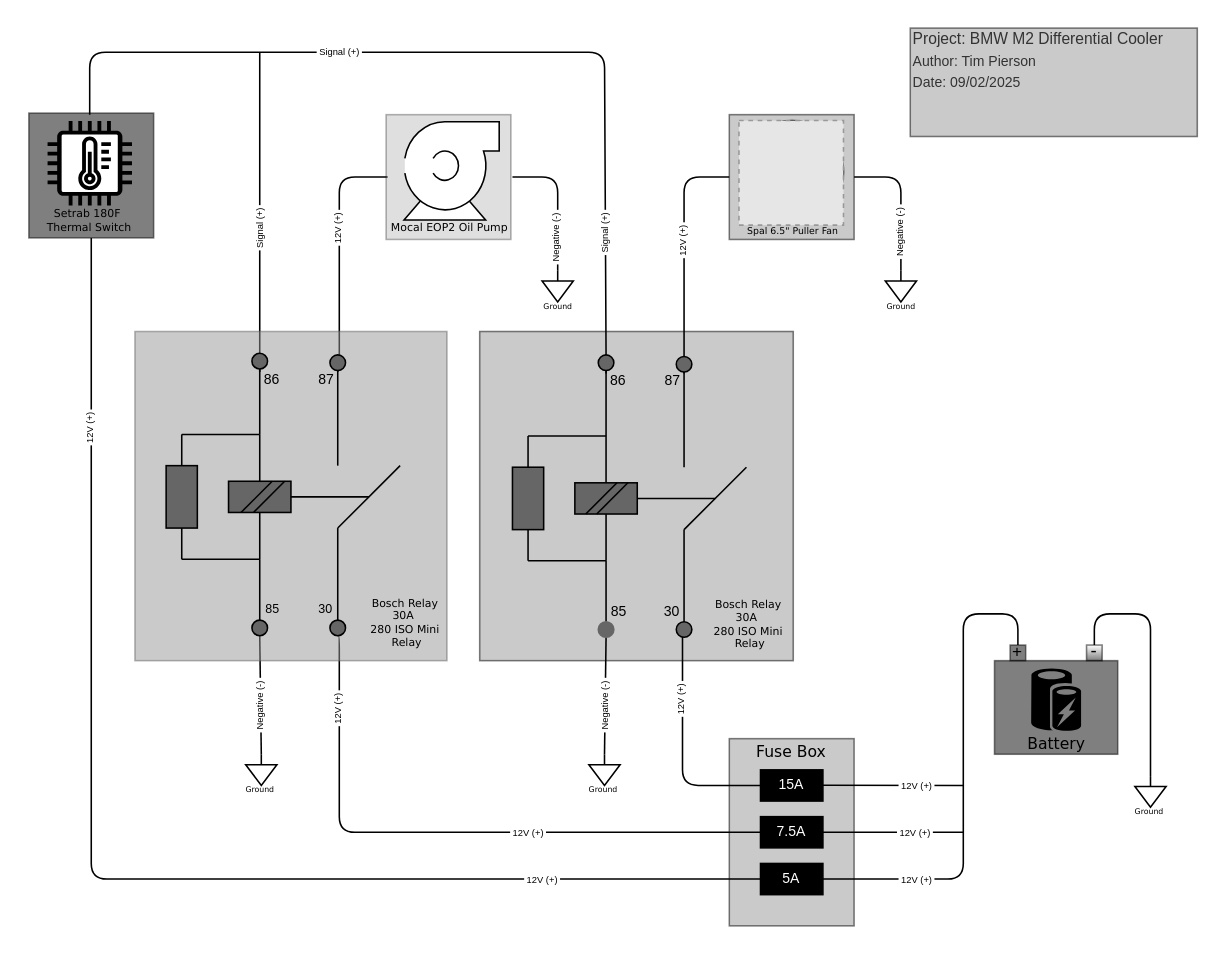
Above: Diff_cooler_wiring_diagram.drawio in tpierso/BMW-M2-F87-Differential-Cooler-Project (draw.io), before the change. Source tidied: cells renumbered, new cells numbered last; positions are measured from the earlier drawing's top-left corner, leaving out a move shared by most shapes. Both pictures are drawn from the tidied source at 156%, with x=0, y=0 at pixel (27, 27). Pictures stored in the file or linked from it are replaced by grey dashed boxes.
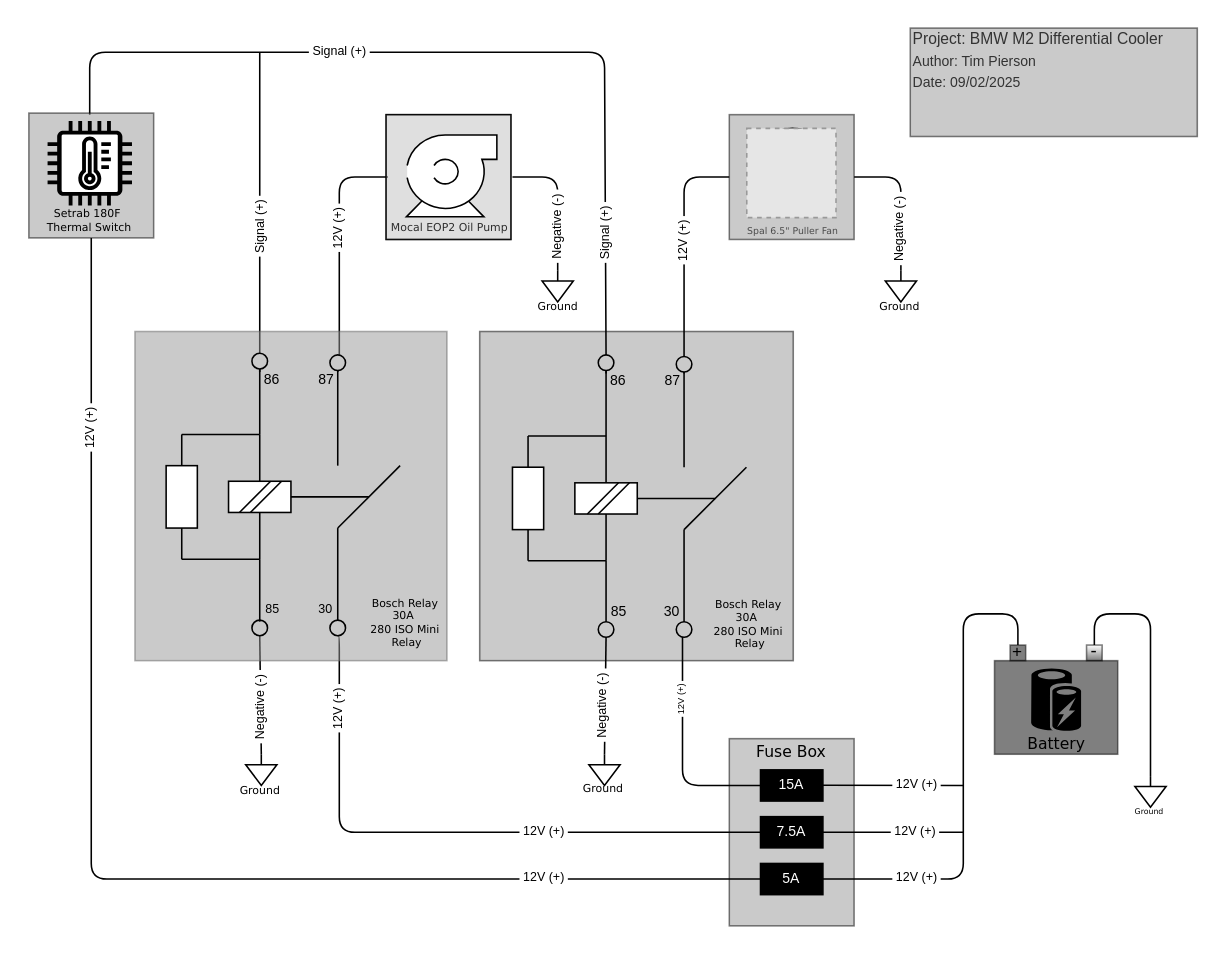
Above is the later version.

Unchanged cells that the change refers to:
```xml
<mxCell id="7" value="7.5A" style="rounded=0;whiteSpace=wrap;html=1;fontSize=9;fillStyle=solid;fillColor=light-dark(#000000,#000000);fontColor=light-dark(#FFFFFF,#FFFFFF);" parent="4" vertex="1">
  <mxGeometry x="20" y="50" width="40" height="20" as="geometry" />
</mxCell>
<mxCell id="14" style="edgeStyle=orthogonalEdgeStyle;rounded=1;jettySize=auto;html=1;endArrow=none;endFill=0;entryX=0.5;entryY=1;entryDx=0;entryDy=0;curved=0;" parent="1" edge="1" source="8" target="53">
  <mxGeometry relative="1" as="geometry" />
</mxCell>
<mxCell id="23" style="edgeStyle=orthogonalEdgeStyle;rounded=1;jettySize=auto;html=1;entryX=0.5;entryY=0;entryDx=0;entryDy=0;endArrow=none;endFill=0;jumpStyle=arc;curved=0;" parent="1" edge="1" source="25" target="117">
  <mxGeometry relative="1" as="geometry" />
</mxCell>
<mxCell id="29" style="endArrow=none;html=1;rounded=1;curved=0;entryX=0.5;entryY=0;entryDx=0;entryDy=0;" parent="1" edge="1" target="115">
  <mxGeometry relative="1" as="geometry">
    <mxPoint x="40" y="56" as="sourcePoint" />
    <Array as="points">
      <mxPoint x="40" y="16" />
      <mxPoint x="370" y="16" />
    </Array>
  </mxGeometry>
</mxCell>
<mxCell id="52" style="group;fillStyle=solid;" parent="1" vertex="1">
  <mxGeometry y="55" width="81" height="80" as="geometry" />
</mxCell>
<mxCell id="57" style="group;" parent="1" vertex="1">
  <mxGeometry x="69" y="195" width="200" height="211" as="geometry" />
</mxCell>
```

The edit, as a diff of the source:
```diff
@@
-    <mxCell id="12" style="edgeStyle=orthogonalEdgeStyle;rounded=1;jettySize=auto;html=1;entryX=0;entryY=0.5;entryDx=0;entryDy=0;endArrow=none;endFill=0;curved=0;exitX=0.5;exitY=1;exitDx=0;exitDy=0;" parent="1" edge="1" source="79" target="7">
+    <mxCell id="12" style="edgeStyle=orthogonalEdgeStyle;rounded=1;jettySize=auto;html=1;entryX=0;entryY=0.5;entryDx=0;entryDy=0;endArrow=none;endFill=0;curved=0;exitX=0.5;exitY=1;exitDx=0;exitDy=0;fontSize=8;" parent="1" edge="1" source="79" target="7">
       <mxGeometry relative="1" as="geometry">
         <Array as="points">
           <mxPoint x="200" y="390" />
           <mxPoint x="200" y="516" />
         </Array>
       </mxGeometry>
     </mxCell>
@@
-    <mxCell id="15" value="&lt;font style=&quot;font-size: 6px;&quot;&gt;&amp;nbsp;12V (+)&amp;nbsp;&lt;/font&gt;" style="edgeLabel;html=1;align=center;verticalAlign=middle;" parent="14" vertex="1">
+    <mxCell id="15" value="&lt;font&gt;&amp;nbsp;12V (+)&amp;nbsp;&lt;/font&gt;" style="edgeLabel;html=1;align=center;verticalAlign=middle;fontSize=8;" parent="14" vertex="1">
       <mxGeometry x="-0.47" y="-1" relative="1" as="geometry">
-        <mxPoint x="82" y="-1" as="offset" />
+        <mxPoint x="83" y="-1" as="offset" />
       </mxGeometry>
     </mxCell>
@@
-    <mxCell id="24" value="&lt;div&gt;&amp;nbsp;12V (+)&amp;nbsp;&lt;/div&gt;" style="edgeLabel;html=1;align=center;verticalAlign=middle;fontSize=6;horizontal=0;spacing=2;spacingBottom=-1;" parent="23" vertex="1">
+    <mxCell id="24" value="&lt;div&gt;&amp;nbsp;12V (+)&amp;nbsp;&lt;/div&gt;" style="edgeLabel;html=1;align=center;verticalAlign=middle;fontSize=8;horizontal=0;spacing=2;spacingBottom=-1;" parent="23" vertex="1">
       <mxGeometry x="0.16" y="2" relative="1" as="geometry">
         <mxPoint x="-4" y="-13" as="offset" />
       </mxGeometry>
     </mxCell>
-    <mxCell id="25" style="whiteSpace=wrap;html=1;fillStyle=solid;gradientColor=none;fillColor=light-dark(#959595,#FFFFFF);opacity=50;fontFamily=Verdana;strokeColor=default;spacing=1;fontColor=default;" parent="1" vertex="1">
-      <mxGeometry x="450" y="56" width="80" height="80" as="geometry" />
-    </mxCell>
-    <mxCell id="26" value="Ground" style="verticalLabelPosition=bottom;shadow=0;dashed=0;align=center;html=1;verticalAlign=top;shape=mxgraph.electrical.signal_sources.signal_ground;spacing=-2;spacingLeft=-1;fontFamily=Verdana;fontSize=5;spacingBottom=0;spacingTop=-3;" parent="1" vertex="1">
+    <mxCell id="26" value="Ground" style="verticalLabelPosition=bottom;shadow=0;dashed=0;align=center;html=1;verticalAlign=top;shape=mxgraph.electrical.signal_sources.signal_ground;spacing=-2;spacingLeft=-2;fontFamily=Verdana;fontSize=7;spacingBottom=0;spacingTop=-3;" parent="1" vertex="1">
       <mxGeometry x="550" y="156" width="20" height="20" as="geometry" />
     </mxCell>
-    <mxCell id="27" value="Ground" style="verticalLabelPosition=bottom;shadow=0;dashed=0;align=center;html=1;verticalAlign=top;shape=mxgraph.electrical.signal_sources.signal_ground;labelPosition=center;spacing=-2;spacingLeft=-1;fontSize=5;fontFamily=Verdana;spacingTop=-3;" parent="1" vertex="1">
+    <mxCell id="27" value="Ground" style="verticalLabelPosition=bottom;shadow=0;dashed=0;align=center;html=1;verticalAlign=top;shape=mxgraph.electrical.signal_sources.signal_ground;labelPosition=center;spacing=-2;spacingLeft=-1;fontSize=7;fontFamily=Verdana;spacingTop=-3;" parent="1" vertex="1">
       <mxGeometry x="330" y="156" width="20" height="20" as="geometry" />
     </mxCell>
@@
-    <mxCell id="30" value="&amp;nbsp;Signal (+)&amp;nbsp;" style="edgeLabel;html=1;align=center;verticalAlign=middle;fontSize=6;" parent="29" vertex="1">
+    <mxCell id="30" value="&amp;nbsp;Signal (+)&amp;nbsp;" style="edgeLabel;html=1;align=center;verticalAlign=middle;fontSize=8;" parent="29" vertex="1">
       <mxGeometry x="0.38" relative="1" as="geometry">
-        <mxPoint x="-171" y="-19" as="offset" />
+        <mxPoint x="-171" y="-20" as="offset" />
       </mxGeometry>
     </mxCell>
@@
-    <mxCell id="32" style="group;fillColor=#959595;fillStyle=solid;gradientColor=none;opacity=30;strokeColor=default;" parent="1" vertex="1">
-      <mxGeometry x="230" y="56" width="80" height="80" as="geometry" />
-    </mxCell>
-    <mxCell id="33" style="shape=mxgraph.pid.pumps.centrifugal_pump_1;html=1;align=center;verticalLabelPosition=bottom;verticalAlign=top;dashed=0;fontSize=8;spacing=7;fillStyle=solid;" parent="1" vertex="1">
-      <mxGeometry x="241.5" y="60.5" width="61" height="63" as="geometry" />
-    </mxCell>
-    <mxCell id="34" value="&lt;font style=&quot;font-size: 5px;&quot; face=&quot;Verdana&quot;&gt;Ground&lt;/font&gt;" style="verticalLabelPosition=bottom;shadow=0;dashed=0;align=center;html=1;verticalAlign=top;shape=mxgraph.electrical.signal_sources.signal_ground;spacingLeft=-2;spacing=-11;fillStyle=solid;" parent="1" vertex="1">
+    <mxCell id="34" value="&lt;font face=&quot;Verdana&quot;&gt;Ground&lt;/font&gt;" style="verticalLabelPosition=bottom;shadow=0;dashed=0;align=center;html=1;verticalAlign=top;shape=mxgraph.electrical.signal_sources.signal_ground;spacingLeft=-2;spacing=-6;fillStyle=solid;fontSize=7;" parent="1" vertex="1">
       <mxGeometry x="360" y="466" width="20" height="20" as="geometry" />
     </mxCell>
-    <mxCell id="35" value="&lt;font style=&quot;font-size: 5px;&quot; face=&quot;Verdana&quot;&gt;Ground&lt;/font&gt;" style="verticalLabelPosition=bottom;shadow=0;dashed=0;align=center;html=1;verticalAlign=top;shape=mxgraph.electrical.signal_sources.signal_ground;spacingLeft=-2;spacing=-11;" parent="1" vertex="1">
+    <mxCell id="35" value="&lt;font face=&quot;Verdana&quot;&gt;Ground&lt;/font&gt;" style="verticalLabelPosition=bottom;shadow=0;dashed=0;align=center;html=1;verticalAlign=top;shape=mxgraph.electrical.signal_sources.signal_ground;spacingLeft=-2;spacing=-5;fontSize=7;" parent="1" vertex="1">
       <mxGeometry x="140" y="466" width="20" height="20" as="geometry" />
     </mxCell>
-    <mxCell id="36" value="&lt;font style=&quot;font-size: 6px;&quot;&gt;&amp;nbsp;Negative (-)&amp;nbsp;&lt;/font&gt;" style="edgeLabel;html=1;align=center;verticalAlign=middle;horizontal=0;" parent="1" vertex="1">
-      <mxGeometry x="557" y="133" as="geometry" />
+    <mxCell id="36" value="&lt;font&gt;&amp;nbsp;Negative (-)&amp;nbsp;&lt;/font&gt;" style="edgeLabel;html=1;align=center;verticalAlign=middle;horizontal=0;fontSize=8;" parent="1" vertex="1">
+      <mxGeometry x="558" y="131" as="geometry" />
     </mxCell>
-    <mxCell id="37" value="&lt;font style=&quot;font-size: 6px;&quot;&gt;&amp;nbsp;Negative (-)&amp;nbsp;&lt;/font&gt;" style="edgeLabel;html=1;align=center;verticalAlign=middle;horizontal=0;spacingBottom=1;" parent="1" vertex="1">
-      <mxGeometry x="338" y="133" as="geometry">
+    <mxCell id="37" value="&lt;font&gt;&amp;nbsp;Negative (-)&amp;nbsp;&lt;/font&gt;" style="edgeLabel;html=1;align=center;verticalAlign=middle;horizontal=0;spacingBottom=1;fontSize=8;" parent="1" vertex="1">
+      <mxGeometry x="340" y="126" as="geometry">
         <mxPoint x="-1" y="-3" as="offset" />
       </mxGeometry>
     </mxCell>
-    <mxCell id="38" value="&lt;div&gt;&amp;nbsp;12V (+)&amp;nbsp;&lt;/div&gt;" style="edgeLabel;html=1;align=center;verticalAlign=middle;fontSize=6;horizontal=0;spacing=2;spacingBottom=-1;" parent="1" vertex="1">
+    <mxCell id="38" value="&lt;div&gt;&amp;nbsp;12V (+)&amp;nbsp;&lt;/div&gt;" style="edgeLabel;html=1;align=center;verticalAlign=middle;fontSize=8;horizontal=0;spacing=2;spacingBottom=-1;" parent="1" vertex="1">
       <mxGeometry x="198" y="130" as="geometry" />
     </mxCell>
-    <mxCell id="39" value="&lt;div&gt;&amp;nbsp;12V (+)&amp;nbsp;&lt;/div&gt;" style="edgeLabel;html=1;align=center;verticalAlign=middle;fontSize=6;horizontal=0;spacing=2;spacingBottom=-1;" parent="1" vertex="1">
+    <mxCell id="39" value="&lt;div&gt;&amp;nbsp;12V (+)&amp;nbsp;&lt;/div&gt;" style="edgeLabel;html=1;align=center;verticalAlign=middle;fontSize=8;horizontal=0;spacing=2;spacingBottom=-1;" parent="1" vertex="1">
       <mxGeometry x="39" y="258" as="geometry" />
     </mxCell>
-    <mxCell id="40" value="&amp;nbsp;Signal (+)&amp;nbsp;" style="edgeLabel;html=1;align=center;verticalAlign=middle;fontSize=6;horizontal=0;spacingBottom=-1;" parent="1" vertex="1">
-      <mxGeometry x="148" y="130" as="geometry" />
+    <mxCell id="40" value="&amp;nbsp;Signal (+)&amp;nbsp;" style="edgeLabel;html=1;align=center;verticalAlign=middle;fontSize=8;horizontal=0;spacingBottom=-1;" parent="1" vertex="1">
+      <mxGeometry x="150" y="131" as="geometry">
+        <mxPoint x="-2" y="2" as="offset" />
+      </mxGeometry>
     </mxCell>
-    <mxCell id="41" value="&amp;nbsp;Signal (+)&amp;nbsp;" style="edgeLabel;html=1;align=center;verticalAlign=middle;fontSize=6;horizontal=0;spacingBottom=-1;" parent="1" vertex="1">
+    <mxCell id="41" value="&amp;nbsp;Signal (+)&amp;nbsp;" style="edgeLabel;html=1;align=center;verticalAlign=middle;fontSize=8;horizontal=0;spacingBottom=-1;" parent="1" vertex="1">
       <mxGeometry x="369" y="133" as="geometry" />
     </mxCell>
-    <mxCell id="42" value="&lt;font style=&quot;font-size: 6px;&quot;&gt;&amp;nbsp;12V (+)&amp;nbsp;&lt;/font&gt;" style="edgeLabel;html=1;align=center;verticalAlign=middle;" parent="1" vertex="1">
-      <mxGeometry x="320" y="514" as="geometry" />
+    <mxCell id="42" value="&lt;font&gt;&amp;nbsp;12V (+)&amp;nbsp;&lt;/font&gt;" style="edgeLabel;html=1;align=center;verticalAlign=middle;fontSize=8;" parent="1" vertex="1">
+      <mxGeometry x="330" y="514" as="geometry" />
     </mxCell>
-    <mxCell id="43" value="&lt;font style=&quot;font-size: 6px;&quot;&gt;&amp;nbsp;12V (+)&amp;nbsp;&lt;/font&gt;" style="edgeLabel;html=1;align=center;verticalAlign=middle;" parent="1" vertex="1">
+    <mxCell id="43" value="&lt;font&gt;&amp;nbsp;12V (+)&amp;nbsp;&lt;/font&gt;" style="edgeLabel;html=1;align=center;verticalAlign=middle;fontSize=8;" parent="1" vertex="1">
       <mxGeometry x="569" y="544" as="geometry" />
     </mxCell>
-    <mxCell id="44" value="&lt;font style=&quot;font-size: 6px;&quot;&gt;&amp;nbsp;12V (+)&amp;nbsp;&lt;/font&gt;" style="edgeLabel;html=1;align=center;verticalAlign=middle;" parent="1" vertex="1">
+    <mxCell id="44" value="&lt;font&gt;&amp;nbsp;12V (+)&amp;nbsp;&lt;/font&gt;" style="edgeLabel;html=1;align=center;verticalAlign=middle;fontSize=8;" parent="1" vertex="1">
       <mxGeometry x="568" y="514" as="geometry" />
     </mxCell>
-    <mxCell id="45" value="&lt;font style=&quot;font-size: 6px;&quot;&gt;&amp;nbsp;12V (+)&amp;nbsp;&lt;/font&gt;" style="edgeLabel;html=1;align=center;verticalAlign=middle;" parent="1" vertex="1">
+    <mxCell id="45" value="&lt;font&gt;&amp;nbsp;12V (+)&amp;nbsp;&lt;/font&gt;" style="edgeLabel;html=1;align=center;verticalAlign=middle;fontSize=8;" parent="1" vertex="1">
       <mxGeometry x="569" y="484" as="geometry" />
     </mxCell>
-    <mxCell id="46" value="&lt;font style=&quot;font-size: 6px;&quot;&gt;&amp;nbsp;Negative (-)&amp;nbsp;&lt;/font&gt;" style="edgeLabel;html=1;align=center;verticalAlign=middle;horizontal=0;spacingBottom=1;" parent="1" vertex="1">
-      <mxGeometry x="147" y="436" as="geometry" />
+    <mxCell id="46" value="&lt;font&gt;&amp;nbsp;Negative (-)&amp;nbsp;&lt;/font&gt;" style="edgeLabel;html=1;align=center;verticalAlign=middle;horizontal=0;spacingBottom=1;fontSize=8;" parent="1" vertex="1">
+      <mxGeometry x="149" y="437" as="geometry" />
     </mxCell>
-    <mxCell id="47" value="&lt;font style=&quot;font-size: 6px;&quot;&gt;&amp;nbsp;Negative (-)&amp;nbsp;&lt;/font&gt;" style="edgeLabel;html=1;align=center;verticalAlign=middle;horizontal=0;spacingBottom=1;" parent="1" vertex="1">
+    <mxCell id="47" value="&lt;font&gt;&amp;nbsp;Negative (-)&amp;nbsp;&lt;/font&gt;" style="edgeLabel;html=1;align=center;verticalAlign=middle;horizontal=0;spacingBottom=1;fontSize=8;" parent="1" vertex="1">
       <mxGeometry x="368" y="436" as="geometry" />
     </mxCell>
@@
-    <mxCell id="49" value="&lt;div&gt;&amp;nbsp;12V (+)&amp;nbsp;&lt;/div&gt;" style="edgeLabel;html=1;align=center;verticalAlign=middle;fontSize=6;horizontal=0;spacing=2;spacingBottom=-1;" parent="1" vertex="1">
+    <mxCell id="49" value="&lt;div&gt;&amp;nbsp;12V (+)&amp;nbsp;&lt;/div&gt;" style="edgeLabel;html=1;align=center;verticalAlign=middle;fontSize=8;horizontal=0;spacing=2;spacingBottom=-1;" parent="1" vertex="1">
       <mxGeometry x="199" y="442" as="geometry">
         <mxPoint x="-1" y="4" as="offset" />
       </mxGeometry>
     </mxCell>
@@
-    <mxCell id="53" style="rounded=0;whiteSpace=wrap;html=1;fillColor=light-dark(#FFFFFF,#FFFFFF);gradientColor=light-dark(#000000,#000000);opacity=50;" parent="52" vertex="1">
+    <mxCell id="53" style="rounded=0;whiteSpace=wrap;html=1;fillColor=light-dark(#959595,#959595);gradientColor=none;opacity=50;" parent="52" vertex="1">
       <mxGeometry x="1" width="80" height="80" as="geometry" />
     </mxCell>
@@
-    <mxCell id="59" style="rounded=0;whiteSpace=wrap;html=1;fillStyle=solid;fillColor=light-dark(#666666,#FFFFFF);gradientColor=none;gradientDirection=north;strokeWidth=1;" parent="57" vertex="1">
+    <mxCell id="59" style="rounded=0;whiteSpace=wrap;html=1;fillStyle=solid;fillColor=light-dark(#FFFFFF,#FFFFFF);gradientColor=none;gradientDirection=north;strokeWidth=1;" parent="57" vertex="1">
       <mxGeometry x="60" y="96" width="40" height="20" as="geometry" />
     </mxCell>
@@
-    <mxCell id="69" style="rounded=0;whiteSpace=wrap;html=1;fillColor=light-dark(#666666,#FFFFFF);" parent="57" vertex="1">
+    <mxCell id="69" style="rounded=0;whiteSpace=wrap;html=1;fillColor=light-dark(#FFFFFF,#FFFFFF);" parent="57" vertex="1">
       <mxGeometry x="20" y="86" width="20" height="40" as="geometry" />
     </mxCell>
@@
-    <mxCell id="75" style="ellipse;whiteSpace=wrap;html=1;fillColor=#666666;fillStyle=solid;" parent="57" vertex="1">
+    <mxCell id="75" style="ellipse;whiteSpace=wrap;html=1;fillColor=none;fillStyle=solid;" parent="57" vertex="1">
       <mxGeometry x="75" y="14" width="10" height="10" as="geometry" />
     </mxCell>
@@
-    <mxCell id="77" style="ellipse;whiteSpace=wrap;html=1;fillColor=#666666;fillStyle=solid;" parent="57" vertex="1">
+    <mxCell id="77" style="ellipse;whiteSpace=wrap;html=1;fillColor=none;fillStyle=solid;" parent="57" vertex="1">
       <mxGeometry x="125" y="15" width="10" height="10" as="geometry" />
     </mxCell>
-    <mxCell id="78" style="ellipse;whiteSpace=wrap;html=1;fillColor=#666666;fillStyle=solid;" parent="57" vertex="1">
+    <mxCell id="78" style="ellipse;whiteSpace=wrap;html=1;fillColor=none;fillStyle=solid;" parent="57" vertex="1">
       <mxGeometry x="75" y="185" width="10" height="10" as="geometry" />
     </mxCell>
-    <mxCell id="79" style="ellipse;whiteSpace=wrap;html=1;fillStyle=solid;fillColor=#666666;" parent="57" vertex="1">
+    <mxCell id="79" style="ellipse;whiteSpace=wrap;html=1;fillStyle=solid;fillColor=none;" parent="57" vertex="1">
       <mxGeometry x="125" y="185" width="10" height="10" as="geometry" />
     </mxCell>
@@
     <mxCell id="85" style="endArrow=none;html=1;rounded=0;exitX=0.25;exitY=1;exitDx=0;exitDy=0;entryX=0.75;entryY=0;entryDx=0;entryDy=0;strokeColor=light-dark(#000000,#000000);startSize=6;endSize=6;" parent="57" edge="1">
       <mxGeometry relative="1" as="geometry">
-        <mxPoint x="68" y="116" as="sourcePoint" />
-        <mxPoint x="88" y="96" as="targetPoint" />
+        <mxPoint x="67" y="116" as="sourcePoint" />
+        <mxPoint x="87" y="96" as="targetPoint" />
       </mxGeometry>
     </mxCell>
@@
-    <mxCell id="93" style="group;fillColor=none;" parent="1" vertex="1">
-      <mxGeometry x="457.2" y="59.8" width="80.2" height="70" as="geometry" />
-    </mxCell>
-    <mxCell id="94" style="ellipse;whiteSpace=wrap;html=1;fillColor=light-dark(#FFFFFF,#FFFFFF);" parent="93" vertex="1">
-      <mxGeometry width="66" height="66" as="geometry" />
-    </mxCell>
-    <mxCell id="95" style="fillColor=#E6E6E6;strokeColor=#999999;dashed=1;html=1;verticalAlign=top;verticalLabelPosition=bottom;labelBackgroundColor=#ffffff;" parent="93" vertex="1">
-      <mxGeometry x="-1" width="67" height="67" as="geometry" />
-    </mxCell>
     <mxCell id="96" style="endArrow=none;html=1;rounded=0;exitX=0.25;exitY=1;exitDx=0;exitDy=0;entryX=0.75;entryY=0;entryDx=0;entryDy=0;strokeColor=light-dark(#000000,#000000);startSize=6;endSize=6;" parent="1" edge="1">
       <mxGeometry relative="1" as="geometry">
-        <mxPoint x="145" y="311" as="sourcePoint" />
-        <mxPoint x="165" y="291" as="targetPoint" />
+        <mxPoint x="143" y="311" as="sourcePoint" />
+        <mxPoint x="163" y="291" as="targetPoint" />
       </mxGeometry>
     </mxCell>
-    <mxCell id="97" style="rounded=0;whiteSpace=wrap;html=1;fillColor=#666666;strokeColor=light-dark(#000000,#000000);gradientColor=none;fillStyle=solid;" parent="1" vertex="1">
+    <mxCell id="97" style="rounded=0;whiteSpace=wrap;html=1;fillColor=light-dark(#FFFFFF,#FFFFFF);strokeColor=light-dark(#000000,#000000);gradientColor=none;fillStyle=solid;" parent="1" vertex="1">
       <mxGeometry x="351" y="292" width="40" height="20" as="geometry" />
     </mxCell>
     <mxCell id="98" style="endArrow=none;html=1;rounded=0;exitX=0.25;exitY=1;exitDx=0;exitDy=0;entryX=0.75;entryY=0;entryDx=0;entryDy=0;strokeColor=light-dark(#000000,#000000);startSize=6;endSize=6;" parent="1" edge="1">
       <mxGeometry relative="1" as="geometry">
-        <mxPoint x="358" y="312" as="sourcePoint" />
-        <mxPoint x="378" y="292" as="targetPoint" />
+        <mxPoint x="359" y="312" as="sourcePoint" />
+        <mxPoint x="379" y="292" as="targetPoint" />
       </mxGeometry>
     </mxCell>
     <mxCell id="99" style="endArrow=none;html=1;rounded=0;exitX=0.25;exitY=1;exitDx=0;exitDy=0;entryX=0.75;entryY=0;entryDx=0;entryDy=0;strokeColor=light-dark(#000000,#000000);startSize=6;endSize=6;" parent="1" edge="1">
       <mxGeometry relative="1" as="geometry">
-        <mxPoint x="365" y="312" as="sourcePoint" />
-        <mxPoint x="385" y="292" as="targetPoint" />
+        <mxPoint x="366" y="312" as="sourcePoint" />
+        <mxPoint x="386" y="292" as="targetPoint" />
       </mxGeometry>
     </mxCell>
@@
-    <mxCell id="109" style="rounded=0;whiteSpace=wrap;html=1;fillStyle=solid;fillColor=light-dark(#666666,#FFFFFF);strokeColor=light-dark(#000000,#000000);" parent="1" vertex="1">
+    <mxCell id="109" style="rounded=0;whiteSpace=wrap;html=1;fillStyle=solid;fillColor=light-dark(#FFFFFF,#FFFFFF);strokeColor=light-dark(#000000,#000000);" parent="1" vertex="1">
       <mxGeometry x="311" y="282" width="20" height="40" as="geometry" />
     </mxCell>
@@
-    <mxCell id="115" style="ellipse;whiteSpace=wrap;html=1;fillColor=#666666;fillStyle=solid;" parent="1" vertex="1">
+    <mxCell id="115" style="ellipse;whiteSpace=wrap;html=1;fillColor=none;fillStyle=solid;" parent="1" vertex="1">
       <mxGeometry x="366" y="210" width="10" height="10" as="geometry" />
     </mxCell>
@@
-    <mxCell id="117" style="ellipse;whiteSpace=wrap;html=1;fillColor=#666666;fillStyle=solid;" parent="1" vertex="1">
+    <mxCell id="117" style="ellipse;whiteSpace=wrap;html=1;fillColor=none;fillStyle=solid;" parent="1" vertex="1">
       <mxGeometry x="416" y="211" width="10" height="10" as="geometry" />
     </mxCell>
-    <mxCell id="118" style="ellipse;whiteSpace=wrap;html=1;fillColor=#666666;fillStyle=solid;gradientColor=none;strokeColor=#666666;" parent="1" vertex="1">
+    <mxCell id="118" style="ellipse;whiteSpace=wrap;html=1;fillColor=none;fillStyle=solid;gradientColor=none;strokeColor=#000000;" parent="1" vertex="1">
       <mxGeometry x="366" y="381" width="10" height="10" as="geometry" />
     </mxCell>
-    <mxCell id="119" style="ellipse;whiteSpace=wrap;html=1;fillColor=#666666;strokeColor=#000000;fillStyle=solid;" parent="1" vertex="1">
+    <mxCell id="119" style="ellipse;whiteSpace=wrap;html=1;fillColor=none;strokeColor=#000000;fillStyle=solid;" parent="1" vertex="1">
       <mxGeometry x="416" y="381" width="10" height="10" as="geometry" />
     </mxCell>
@@
+    <mxCell id="125" style="group;strokeColor=#000000;" parent="1" vertex="1">
+      <mxGeometry x="230" y="56" width="80" height="80" as="geometry" />
+    </mxCell>
+    <mxCell id="32" style="group;fillColor=#959595;fillStyle=solid;gradientColor=none;opacity=30;strokeColor=default;" parent="125" vertex="1">
+      <mxGeometry width="80" height="80" as="geometry" />
+    </mxCell>
+    <mxCell id="33" style="shape=mxgraph.pid.pumps.centrifugal_pump_1;html=1;align=center;verticalLabelPosition=bottom;verticalAlign=top;dashed=0;fontSize=8;spacing=7;fillStyle=solid;fillColor=#FFFFFF;" parent="125" vertex="1">
+      <mxGeometry x="13" y="13" width="58" height="52.5" as="geometry" />
+    </mxCell>
+    <mxCell id="25" style="whiteSpace=wrap;html=1;fillStyle=solid;gradientColor=none;fillColor=light-dark(#959595,#FFFFFF);opacity=50;fontFamily=Verdana;strokeColor=default;spacing=1;fontColor=default;" parent="1" vertex="1">
+      <mxGeometry x="450" y="56" width="80" height="80" as="geometry" />
+    </mxCell>
+    <mxCell id="94" style="ellipse;whiteSpace=wrap;html=1;fillColor=light-dark(#FFFFFF,#FFFFFF);" parent="1" vertex="1">
+      <mxGeometry x="464.2" y="64.8" width="52.8" height="56.2" as="geometry" />
+    </mxCell>
+    <mxCell id="95" style="fillColor=#E6E6E6;strokeColor=#999999;dashed=1;html=1;verticalAlign=top;verticalLabelPosition=bottom;labelBackgroundColor=#ffffff;" parent="1" vertex="1">
+      <mxGeometry x="461.2" y="64.8" width="57.2" height="57.2" as="geometry" />
+    </mxCell>
```
